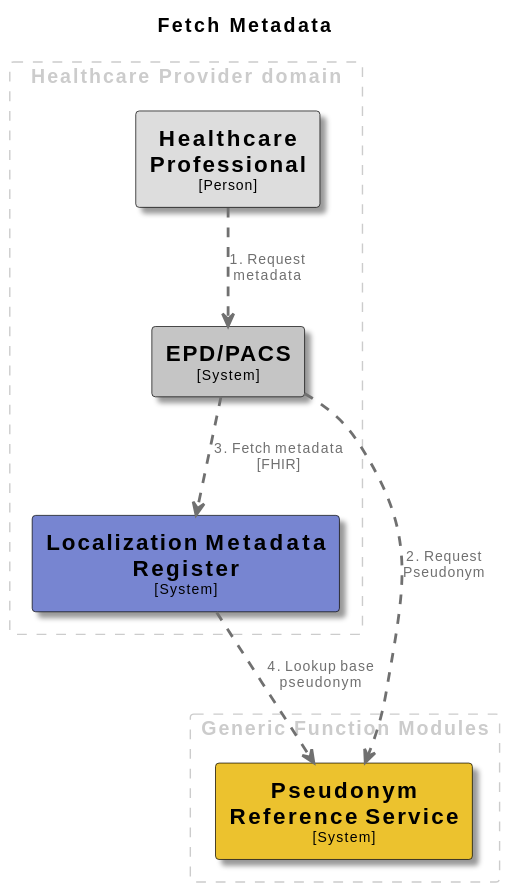
This is docs/images/structurizr-FetchMetadata.svg from minvws/gfmodules-coordination, a PlantUML export, as it was before one commit.
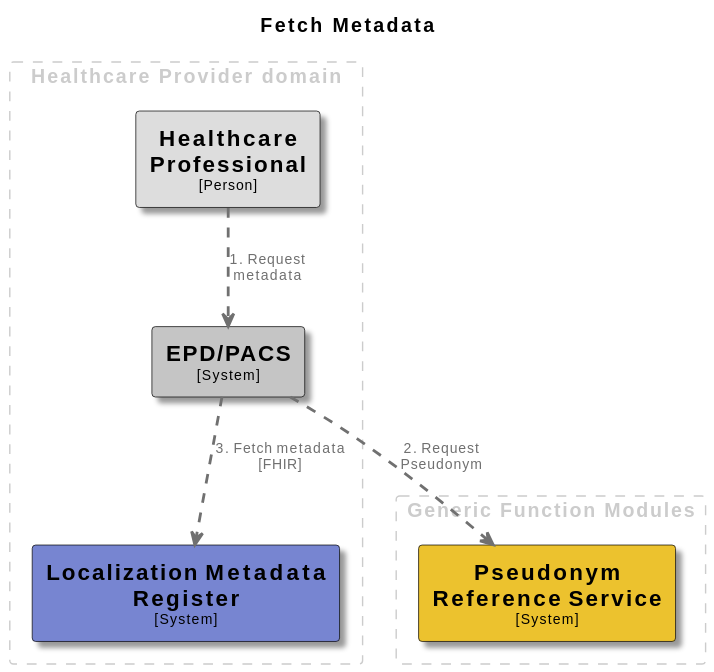
After the commit.

The edit, as a diff of the source:
```diff
@@ -59,5 +59,4 @@
 HealthcareProfessional .[#707070,thickness=2].> EPDPACS : "<color:#707070>1. Request metadata"
 EPDPACS .[#707070,thickness=2].> PseudonymReferenceService : "<color:#707070>2. Request Pseudonym"
 EPDPACS .[#707070,thickness=2].> LocalizationMetadataRegister : "<color:#707070>3. Fetch metadata [FHIR]"
-LocalizationMetadataRegister .[#707070,thickness=2].> PseudonymReferenceService : "<color:#707070>4. Lookup base pseudonym"
 @enduml
```
